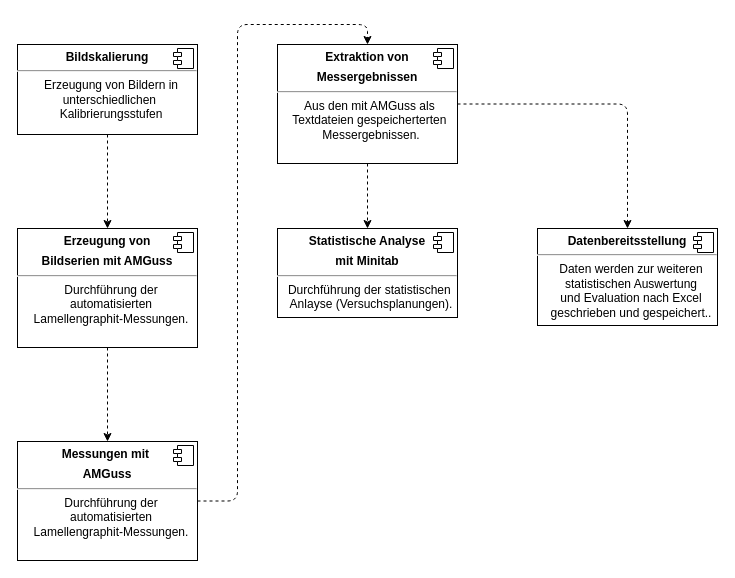
MichaelKaip/bachelor-thesis keeps this draw.io diagram as diagrams/components.drawio. Above is the earlier version. Source tidied: cells renumbered, new cells numbered last; positions are measured from the earlier drawing's top-left corner, leaving out a move shared by most shapes. Both pictures are drawn from the tidied source at 100%, with x=0, y=0 at pixel (17, 44).
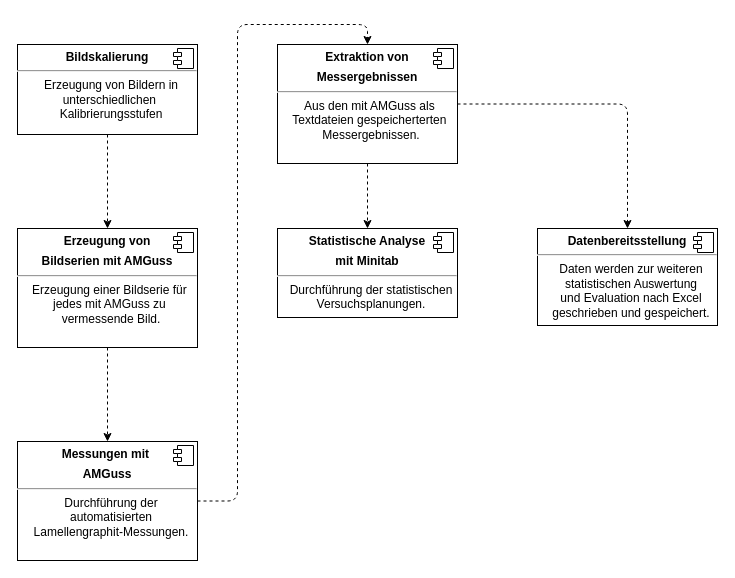
The same page after the edit.

What changed in the source:
```diff
@@
-    <mxCell id="12" value="&lt;p style=&quot;margin: 0px ; margin-top: 6px ; text-align: center&quot;&gt;&lt;b&gt;Statistische Analyse&lt;/b&gt;&lt;/p&gt;&lt;p style=&quot;margin: 0px ; margin-top: 6px ; text-align: center&quot;&gt;&lt;b&gt;mit Minitab&lt;/b&gt;&lt;/p&gt;&lt;hr&gt;&lt;p style=&quot;text-align: center ; margin: 0px 0px 0px 8px&quot;&gt;Durchführung der statistischen&amp;nbsp;&lt;/p&gt;&lt;p style=&quot;text-align: center ; margin: 0px 0px 0px 8px&quot;&gt;Anlayse (Versuchsplanungen).&lt;/p&gt;" style="align=left;overflow=fill;html=1;rounded=0;sketch=0;fontSize=12;" parent="1" vertex="1">
+    <mxCell id="12" value="&lt;p style=&quot;margin: 0px ; margin-top: 6px ; text-align: center&quot;&gt;&lt;b&gt;Statistische Analyse&lt;/b&gt;&lt;/p&gt;&lt;p style=&quot;margin: 0px ; margin-top: 6px ; text-align: center&quot;&gt;&lt;b&gt;mit Minitab&lt;/b&gt;&lt;/p&gt;&lt;hr&gt;&lt;p style=&quot;text-align: center ; margin: 0px 0px 0px 8px&quot;&gt;Durchführung der statistischen&lt;/p&gt;&lt;p style=&quot;text-align: center ; margin: 0px 0px 0px 8px&quot;&gt;&lt;span&gt;V&lt;/span&gt;&lt;span&gt;ersuchsplanungen.&lt;/span&gt;&lt;/p&gt;" style="align=left;overflow=fill;html=1;rounded=0;sketch=0;fontSize=12;" parent="1" vertex="1">
       <mxGeometry x="260" y="184" width="180" height="89" as="geometry" />
     </mxCell>
@@
-    <mxCell id="15" value="&lt;p style=&quot;margin: 0px ; margin-top: 6px ; text-align: center&quot;&gt;&lt;b&gt;Erzeugung von&lt;/b&gt;&lt;/p&gt;&lt;p style=&quot;margin: 0px ; margin-top: 6px ; text-align: center&quot;&gt;&lt;b&gt;Bildserien mit AMGuss&lt;/b&gt;&lt;/p&gt;&lt;hr&gt;&lt;p style=&quot;text-align: center ; margin: 0px 0px 0px 8px&quot;&gt;Durchführung der&lt;/p&gt;&lt;p style=&quot;text-align: center ; margin: 0px 0px 0px 8px&quot;&gt;automatisierten&lt;/p&gt;&lt;p style=&quot;text-align: center ; margin: 0px 0px 0px 8px&quot;&gt;Lamellengraphit-Messungen.&lt;/p&gt;" style="align=left;overflow=fill;html=1;rounded=0;sketch=0;fontSize=12;" parent="1" vertex="1">
+    <mxCell id="15" value="&lt;p style=&quot;margin: 0px ; margin-top: 6px ; text-align: center&quot;&gt;&lt;b&gt;Erzeugung von&lt;/b&gt;&lt;/p&gt;&lt;p style=&quot;margin: 0px ; margin-top: 6px ; text-align: center&quot;&gt;&lt;b&gt;Bildserien mit AMGuss&lt;/b&gt;&lt;/p&gt;&lt;hr&gt;&lt;p style=&quot;text-align: center ; margin: 0px 0px 0px 8px&quot;&gt;Erzeugung einer Bildserie für&amp;nbsp;&lt;/p&gt;&lt;p style=&quot;text-align: center ; margin: 0px 0px 0px 8px&quot;&gt;jedes mit AMGuss zu&amp;nbsp;&lt;/p&gt;&lt;p style=&quot;text-align: center ; margin: 0px 0px 0px 8px&quot;&gt;vermessende Bild.&lt;/p&gt;" style="align=left;overflow=fill;html=1;rounded=0;sketch=0;fontSize=12;" parent="1" vertex="1">
       <mxGeometry y="184" width="180" height="119" as="geometry" />
     </mxCell>
@@
-    <mxCell id="17" value="&lt;p style=&quot;margin: 0px ; margin-top: 6px ; text-align: center&quot;&gt;&lt;b&gt;Datenbereitsstellung&lt;/b&gt;&lt;/p&gt;&lt;hr&gt;&lt;p style=&quot;text-align: center ; margin: 0px 0px 0px 8px&quot;&gt;&lt;span&gt;Daten werden zur weiteren&lt;/span&gt;&lt;/p&gt;&lt;p style=&quot;text-align: center ; margin: 0px 0px 0px 8px&quot;&gt;&lt;span&gt;statistischen Auswertung&lt;/span&gt;&lt;/p&gt;&lt;p style=&quot;text-align: center ; margin: 0px 0px 0px 8px&quot;&gt;&lt;span&gt;und Evaluation nach Excel&lt;/span&gt;&lt;/p&gt;&lt;p style=&quot;text-align: center ; margin: 0px 0px 0px 8px&quot;&gt;&lt;span&gt;geschrieben und gespeichert..&lt;/span&gt;&lt;br&gt;&lt;/p&gt;" style="align=left;overflow=fill;html=1;rounded=0;sketch=0;fontSize=12;" parent="1" vertex="1">
+    <mxCell id="17" value="&lt;p style=&quot;margin: 0px ; margin-top: 6px ; text-align: center&quot;&gt;&lt;b&gt;Datenbereitsstellung&lt;/b&gt;&lt;/p&gt;&lt;hr&gt;&lt;p style=&quot;text-align: center ; margin: 0px 0px 0px 8px&quot;&gt;&lt;span&gt;Daten werden zur weiteren&lt;/span&gt;&lt;/p&gt;&lt;p style=&quot;text-align: center ; margin: 0px 0px 0px 8px&quot;&gt;&lt;span&gt;statistischen Auswertung&lt;/span&gt;&lt;/p&gt;&lt;p style=&quot;text-align: center ; margin: 0px 0px 0px 8px&quot;&gt;&lt;span&gt;und Evaluation nach Excel&lt;/span&gt;&lt;/p&gt;&lt;p style=&quot;text-align: center ; margin: 0px 0px 0px 8px&quot;&gt;&lt;span&gt;geschrieben und gespeichert.&lt;/span&gt;&lt;br&gt;&lt;/p&gt;" style="align=left;overflow=fill;html=1;rounded=0;sketch=0;fontSize=12;" parent="1" vertex="1">
       <mxGeometry x="520" y="184" width="180" height="97" as="geometry" />
     </mxCell>
```
